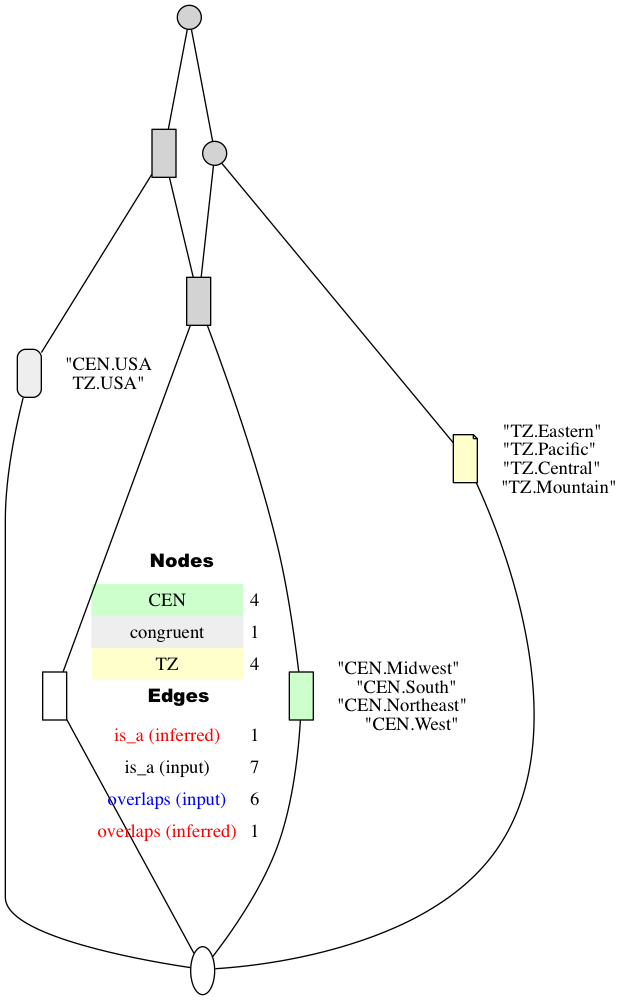
This is example/regional_hierachy.png from qwang70/GraphVizDotToDatabaseParsing, a Graphviz export, as it was before one commit. Its source is kept beside it as example/regional_hierachy.dot. The source it was exported from:
```dot
digraph Lattice {
	node [label="" shape=circle style=filled width=.25]
	edge [dir=none labeldistance=1.5 minlen=2]
	c0 [fillcolor="" fontname=helvetica margin=0 shape="" style=""]
	c1 [fillcolor="#EEEEEE" fontname=helvetica shape=box style="filled,rounded"]
	c1 -> c1 [label="\"CEN.USA\nTZ.USA\"" color=transparent labelangle=270]
	c1 -> c0
	c2 [fillcolor=white fontname=helvetica margin=0 shape=box style=filled]
	c2 -> c2 [label=<
 <TABLE BORDER="0" CELLBORDER="1" CELLSPACING="0" CELLPADDING="4">
<TR> <TD COLSPAN="2"><font face="Arial Black"> Nodes</font></TD> </TR>
<TR>
 <TD bgcolor="#CCFFCC" fontname="helvetica">CEN</TD>
 <TD>4</TD>
 </TR>
<TR>
 <TD bgcolor="#EEEEEE" fontname="helvetica">congruent</TD>
 <TD>1</TD>
 </TR>
<TR>
 <TD bgcolor="#FFFFCC" fontname="helvetica">TZ</TD>
 <TD>4</TD>
 </TR>
<TR> <TD COLSPAN="2"><font face = "Arial Black"> Edges </font></TD> </TR>
<TR>
 <TD><font color ="#FF0000">is_a (inferred)</font></TD><TD>1</TD>
</TR>
<TR>
 <TD><font color ="#000000">is_a (input)</font></TD><TD>7</TD>
</TR>
<TR>
 <TD><font color ="#0000FF">overlaps (input)</font></TD><TD>6</TD>
</TR>
<TR>
 <TD><font color ="#FF0000">overlaps (inferred)</font></TD><TD>1</TD>
</TR>
</TABLE>
 > color=transparent labelangle=270]
	c2 -> c0
	c3 [fillcolor="#CCFFCC" fontname=helvetica shape=box style=filled]
	c3 -> c3 [label="\"CEN.Midwest\"
\"CEN.South\"
\"CEN.Northeast\"
\"CEN.West\"" color=transparent labelangle=270]
	c3 -> c0
	c4 [fillcolor="#FFFFCC" fontname=helvetica shape=note style=filled]
	c4 -> c4 [label="\"TZ.Eastern\"
\"TZ.Pacific\"
\"TZ.Central\"
\"TZ.Mountain\"" color=transparent labelangle=270]
	c4 -> c0
	c5 [fontname=helvetica shape=box style=filled]
	c5 -> c2
	c5 -> c3
	c6 [fontname=helvetica shape=box]
	c6 -> c1
	c6 -> c5
	c7 [fontname=helvetica style=filled]
	c7 -> c4
	c7 -> c5
	c8 [fontname=helvetica]
	c8 -> c6
	c8 -> c7
}
```
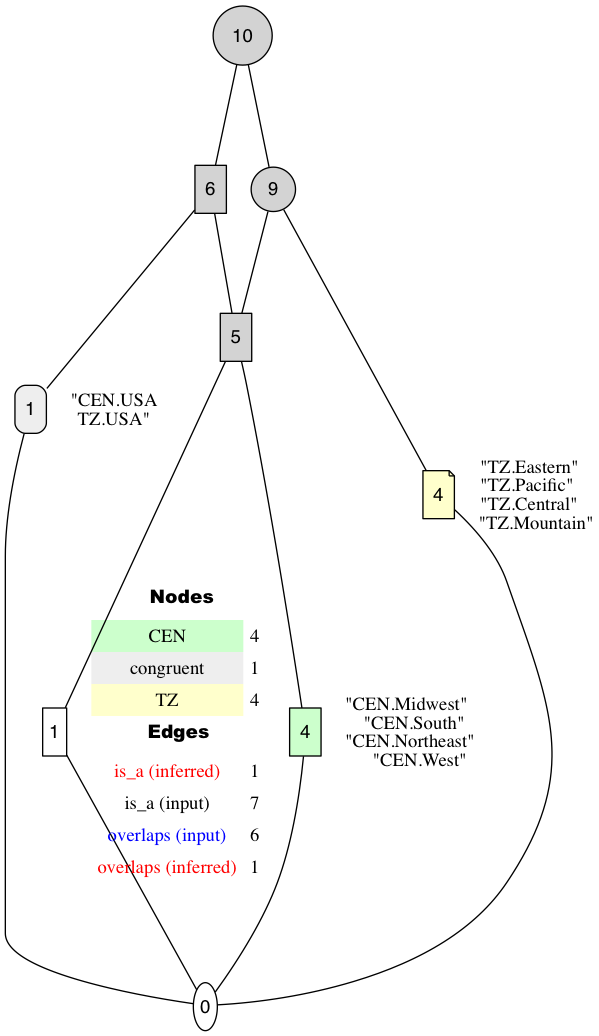
Above is the later version.

Diff of the diagram source:
```diff
@@ -1,11 +1,11 @@
 digraph Lattice {
 	node [label="" shape=circle style=filled width=.25]
 	edge [dir=none labeldistance=1.5 minlen=2]
-	c0 [fillcolor="" fontname=helvetica margin=0 shape="" style=""]
-	c1 [fillcolor="#EEEEEE" fontname=helvetica shape=box style="filled,rounded"]
+	c0 ["''"="''" fillcolor="" fontname=helvetica label=0 margin=0 shape="" style=""]
+	c1 [fillcolor="#EEEEEE" fontname=helvetica label=1 shape=box style="filled,rounded"]
 	c1 -> c1 [label="\"CEN.USA\nTZ.USA\"" color=transparent labelangle=270]
 	c1 -> c0
-	c2 [fillcolor=white fontname=helvetica margin=0 shape=box style=filled]
+	c2 [fillcolor=white fontname=helvetica label=1 margin=0 shape=box style=filled]
 	c2 -> c2 [label=<
  <TABLE BORDER="0" CELLBORDER="1" CELLSPACING="0" CELLPADDING="4">
 <TR> <TD COLSPAN="2"><font face="Arial Black"> Nodes</font></TD> </TR>
@@ -37,28 +37,28 @@
 </TABLE>
  > color=transparent labelangle=270]
 	c2 -> c0
-	c3 [fillcolor="#CCFFCC" fontname=helvetica shape=box style=filled]
+	c3 [fillcolor="#CCFFCC" fontname=helvetica label=4 shape=box style=filled]
 	c3 -> c3 [label="\"CEN.Midwest\"
 \"CEN.South\"
 \"CEN.Northeast\"
 \"CEN.West\"" color=transparent labelangle=270]
 	c3 -> c0
-	c4 [fillcolor="#FFFFCC" fontname=helvetica shape=note style=filled]
+	c4 [fillcolor="#FFFFCC" fontname=helvetica label=4 shape=note style=filled]
 	c4 -> c4 [label="\"TZ.Eastern\"
 \"TZ.Pacific\"
 \"TZ.Central\"
 \"TZ.Mountain\"" color=transparent labelangle=270]
 	c4 -> c0
-	c5 [fontname=helvetica shape=box style=filled]
+	c5 [fontname=helvetica label=5 shape=box style=filled]
 	c5 -> c2
 	c5 -> c3
-	c6 [fontname=helvetica shape=box]
+	c6 [fontname=helvetica label=6 shape=box]
 	c6 -> c1
 	c6 -> c5
-	c7 [fontname=helvetica style=filled]
+	c7 [fontname=helvetica label=9 style=filled]
 	c7 -> c4
 	c7 -> c5
-	c8 [fontname=helvetica]
+	c8 [fontname=helvetica label=10]
 	c8 -> c6
 	c8 -> c7
 }
```
